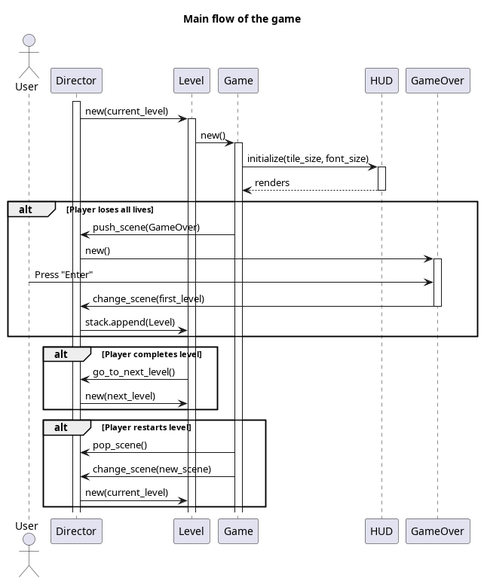
Above: docs/diagrams/png/main_flow_game_sequence_diagram.png in Tejon-Company/Tejon-Jumper (PlantUML), before the change.
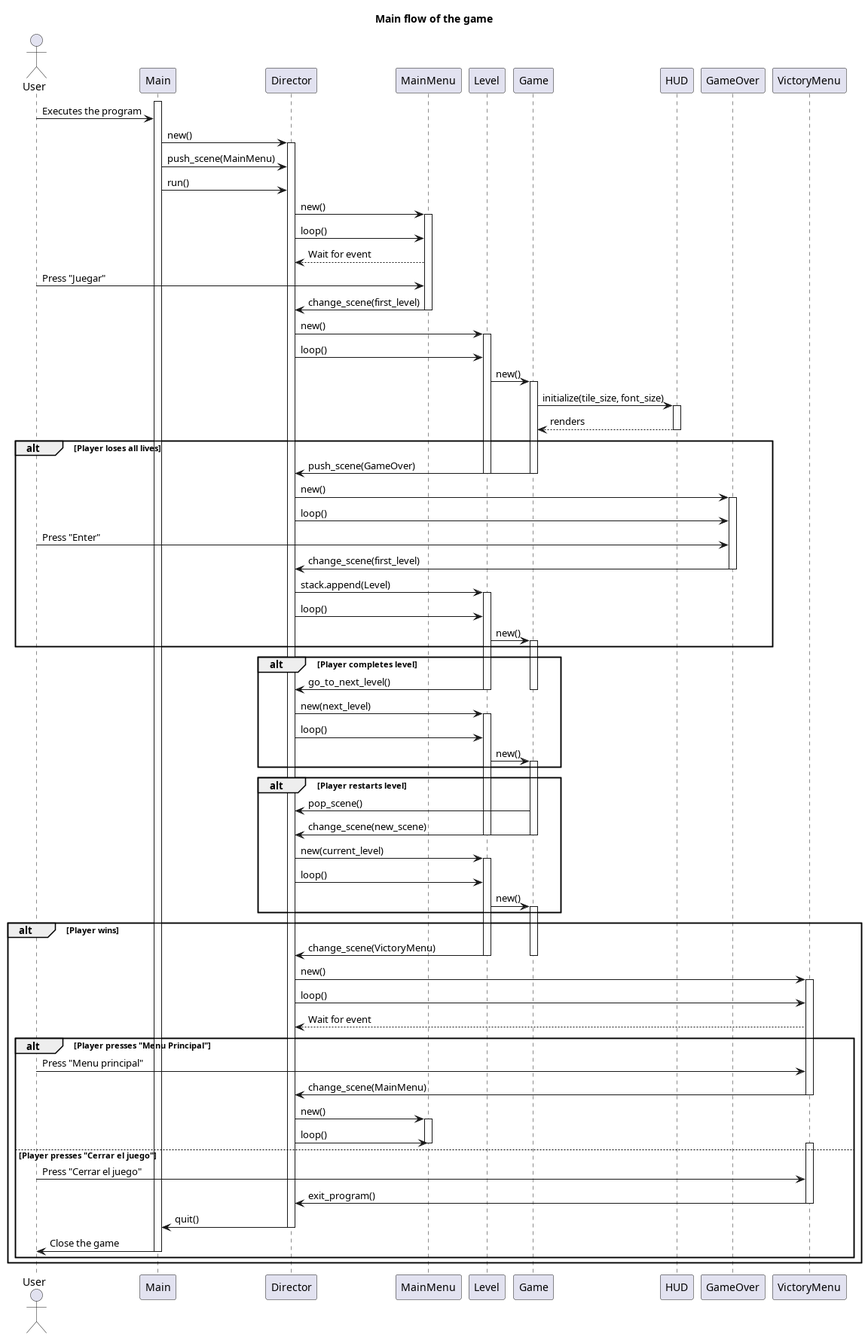
The same diagram one commit later.

Commit message:
Add state diagram

Diff of the diagram source:
```diff
@@ -3,15 +3,31 @@
 title Main flow of the game
 
 actor User
+participant Main
 participant Director
+participant MainMenu
 participant Level
 participant Game
 participant HUD
 participant GameOver
+participant VictoryMenu
 
+activate Main
+User -> Main: Executes the program
+Main -> Director: new()
 activate Director
-Director -> Level: new(current_level)
+Main -> Director: push_scene(MainMenu)
+Main -> Director: run()
+Director -> MainMenu: new()
+activate MainMenu
+Director -> MainMenu: loop()
+MainMenu --> Director: Wait for event
+User -> MainMenu: Press "Juegar"
+MainMenu -> Director: change_scene(first_level)
+deactivate MainMenu
+Director -> Level: new()
 activate Level
+Director -> Level: loop()
 Level -> Game : new()
 activate Game
 Game -> HUD : initialize(tile_size, font_size)
@@ -21,23 +37,72 @@
 
 alt Player loses all lives
     Game -> Director : push_scene(GameOver)
+    deactivate Game
+    deactivate Level
     Director -> GameOver : new()
     activate GameOver
+    Director -> GameOver : loop()
     User -> GameOver : Press "Enter"
     GameOver -> Director : change_scene(first_level)
     deactivate GameOver
     Director -> Level : stack.append(Level)
+    activate Level
+    Director -> Level : loop()
+    Level -> Game : new()
+    activate Game
 end
 
 alt Player completes level
     Level -> Director : go_to_next_level()
+    deactivate Game
+    deactivate Level
     Director -> Level : new(next_level)
+    activate Level
+    Director -> Level : loop()
+    Level -> Game : new()
+    activate Game
 end
 
 alt Player restarts level
     Game -> Director : pop_scene()
     Game -> Director : change_scene(new_scene)
+    deactivate Game
+    deactivate Level
     Director -> Level : new(current_level)
+    activate Level
+    Director -> Level : loop()
+    Level -> Game : new()
+    activate Game
+end
+
+alt Player wins
+    Level -> Director : change_scene(VictoryMenu)
+    deactivate Level
+    deactivate Game
+    Director -> VictoryMenu : new()
+    activate VictoryMenu
+    Director -> VictoryMenu : loop()
+    VictoryMenu --> Director : Wait for event
+
+    alt Player presses "Menu Principal"
+        User -> VictoryMenu : Press "Menu principal"
+        VictoryMenu -> Director : change_scene(MainMenu)
+        deactivate VictoryMenu
+        Director -> MainMenu : new()
+        activate MainMenu
+        Director -> MainMenu : loop()
+        deactivate MainMenu
+
+    else Player presses "Cerrar el juego"
+        activate VictoryMenu
+        User -> VictoryMenu : Press "Cerrar el juego"
+        VictoryMenu -> Director : exit_program()
+        deactivate VictoryMenu
+        Director -> Main : quit()
+        deactivate Director
+        Main -> User : Close the game
+        deactivate Main
+    end
 end
 
 @enduml
```
